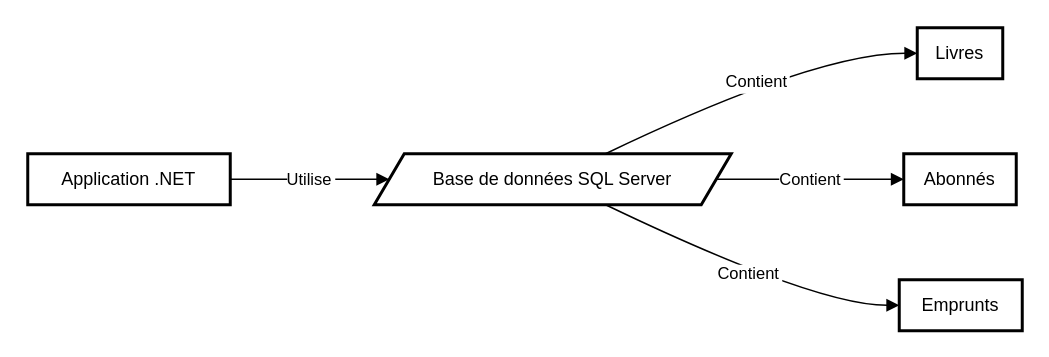
This is Diagramme sans nom.drawio from youneshimi/Library-Management-System, a draw.io file, before an edit. Source tidied: cells renumbered, new cells numbered last; positions are measured from the earlier drawing's top-left corner, leaving out a move shared by most shapes. Both pictures are drawn from the tidied source at 150%, with x=0, y=0 at pixel (27, 27).
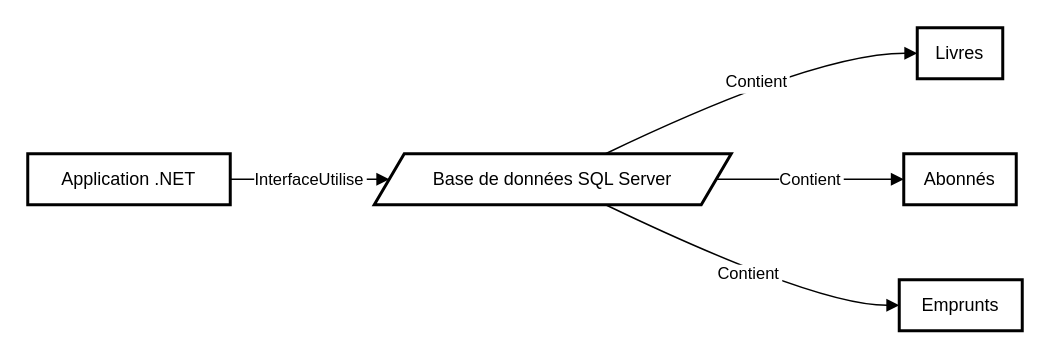
Above is the later version.

Commit message:
Mettre à jour Diagramme sans nom.drawio

Change to the diagram source:
```diff
@@
 <mxGraphModel>
   <root>
     <mxCell id="0" />
     <mxCell id="1" parent="0" />
     <mxCell id="2" value="Application .NET" style="whiteSpace=wrap;strokeWidth=2;" parent="1" vertex="1">
       <mxGeometry y="84" width="135" height="34" as="geometry" />
     </mxCell>
     <mxCell id="3" value="Base de données SQL Server" style="shape=parallelogram;perimeter=parallelogramPerimeter;fixedSize=1;strokeWidth=2;whiteSpace=wrap;" parent="1" vertex="1">
       <mxGeometry x="231" y="84" width="238" height="34" as="geometry" />
     </mxCell>
     <mxCell id="4" value="Livres" style="whiteSpace=wrap;strokeWidth=2;" parent="1" vertex="1">
       <mxGeometry x="593" width="57" height="34" as="geometry" />
     </mxCell>
     <mxCell id="5" value="Abonnés" style="whiteSpace=wrap;strokeWidth=2;" parent="1" vertex="1">
       <mxGeometry x="584" y="84" width="75" height="34" as="geometry" />
     </mxCell>
     <mxCell id="6" value="Emprunts" style="whiteSpace=wrap;strokeWidth=2;" parent="1" vertex="1">
       <mxGeometry x="581" y="168" width="82" height="34" as="geometry" />
     </mxCell>
-    <mxCell id="7" value="Utilise" style="curved=1;startArrow=none;endArrow=block;exitX=0.9991357873987269;exitY=0.5;entryX=-0.00133054396685432;entryY=0.5;" parent="1" edge="1" source="2" target="3">
+    <mxCell id="7" value="InterfaceUtilise" style="curved=1;startArrow=none;endArrow=block;exitX=0.9991357873987269;exitY=0.5;entryX=-0.00133054396685432;entryY=0.5;" parent="1" edge="1" source="2" target="3">
       <mxGeometry relative="1" as="geometry" />
     </mxCell>
     <mxCell id="8" value="Contient" style="curved=1;startArrow=none;endArrow=block;exitX=0.6479616350247985;exitY=0;entryX=0.004824253550746985;entryY=0.5;" parent="1" edge="1" source="3" target="4">
       <mxGeometry relative="1" as="geometry">
         <Array as="points">
           <mxPoint x="525" y="17" />
         </Array>
       </mxGeometry>
     </mxCell>
     <mxCell id="9" value="Contient" style="curved=1;startArrow=none;endArrow=block;exitX=0.9997198120886538;exitY=0.5;entryX=0.005555318196614583;entryY=0.5;" parent="1" edge="1" source="3" target="5">
       <mxGeometry relative="1" as="geometry" />
     </mxCell>
     <mxCell id="10" value="Contient" style="curved=1;startArrow=none;endArrow=block;exitX=0.6479616350247985;exitY=1;entryX=-0.005081502402701029;entryY=0.5;" parent="1" edge="1" source="3" target="6">
       <mxGeometry relative="1" as="geometry">
         <Array as="points">
           <mxPoint x="525" y="185" />
         </Array>
       </mxGeometry>
     </mxCell>
   </root>
 </mxGraphModel>
```
